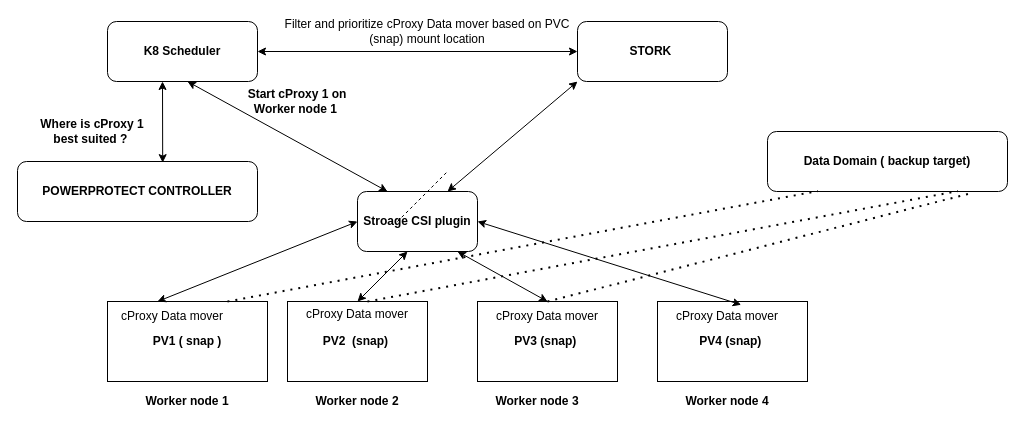
Before: STORK_K8.drawio in anandreddy86/StoragePerfDocs, a draw.io diagram. Source tidied: cells renumbered, new cells numbered last; positions are measured from the earlier drawing's top-left corner, leaving out a move shared by most shapes. Both pictures are drawn from the tidied source at 100%, with x=0, y=0 at pixel (17, 21).
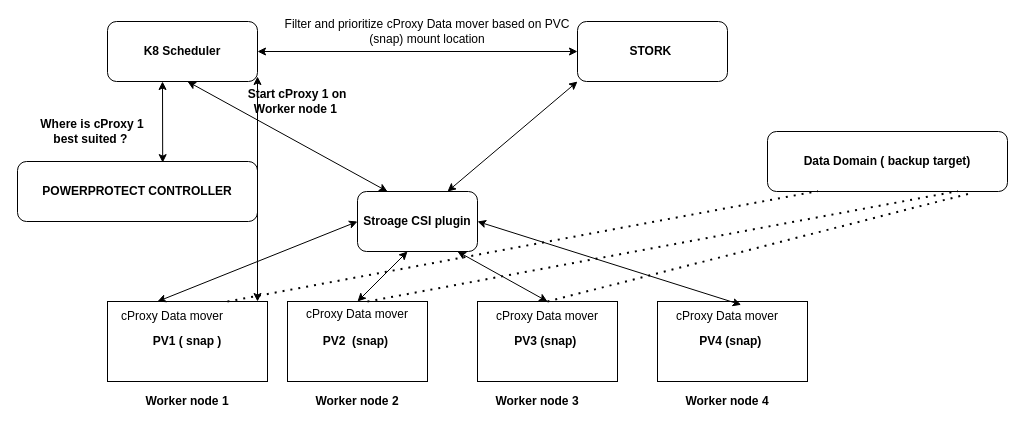
The same diagram, later.

Change to the diagram source:
```diff
@@
-    <mxCell id="31" style="endArrow=none;dashed=1;html=1;" parent="1" edge="1">
-      <mxGeometry relative="1" as="geometry">
-        <mxPoint x="380" y="200" as="sourcePoint" />
-        <mxPoint x="430" y="150" as="targetPoint" />
-      </mxGeometry>
-    </mxCell>
@@
+    <mxCell id="34" style="endArrow=classic;startArrow=classic;html=1;" parent="1" edge="1">
+      <mxGeometry relative="1" as="geometry">
+        <mxPoint x="240" y="280" as="sourcePoint" />
+        <mxPoint x="240" y="55" as="targetPoint" />
+      </mxGeometry>
+    </mxCell>
```
